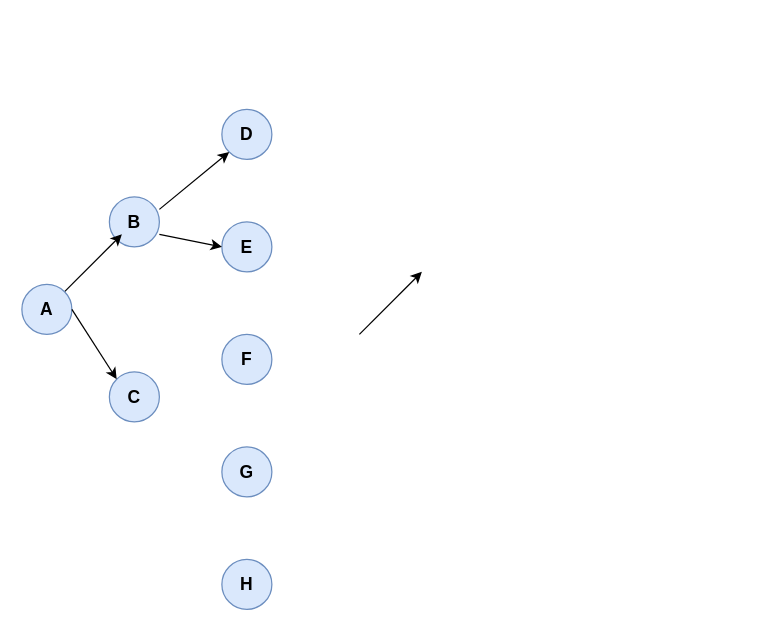
This is Diagrama sin título.drawio from Nicolaszabala/Nicolaszabala, a draw.io file, before an edit. Source tidied: cells renumbered, new cells numbered last; positions are measured from the earlier drawing's top-left corner, leaving out a move shared by most shapes. Both pictures are drawn from the tidied source at 125%, with x=0, y=0 at pixel (21, 109).
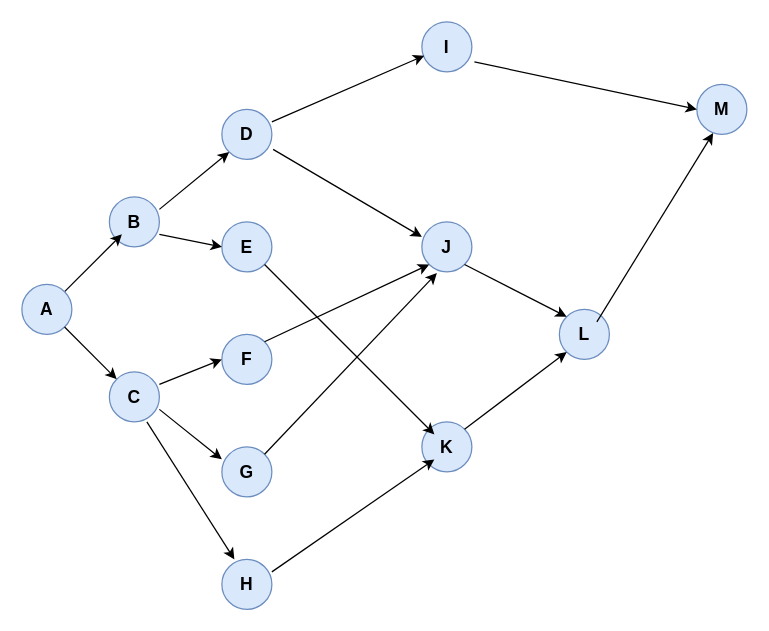
Above is the later version.

Unchanged cells that the change refers to:
```xml
<mxCell id="4" value="&lt;font style=&quot;font-size: 14px;&quot;&gt;A&lt;/font&gt;" style="ellipse;whiteSpace=wrap;html=1;fontStyle=1;fillColor=#dae8fc;strokeColor=#6c8ebf;" parent="1" vertex="1">
  <mxGeometry y="140" width="40" height="40" as="geometry" />
</mxCell>
<mxCell id="5" value="&lt;font style=&quot;font-size: 14px;&quot;&gt;C&lt;/font&gt;" style="ellipse;whiteSpace=wrap;html=1;fontStyle=1;fillColor=#dae8fc;strokeColor=#6c8ebf;" parent="1" vertex="1">
  <mxGeometry x="70" y="210" width="40" height="40" as="geometry" />
</mxCell>
<mxCell id="6" value="&lt;font style=&quot;font-size: 14px;&quot;&gt;D&lt;/font&gt;" style="ellipse;whiteSpace=wrap;html=1;fontStyle=1;fillColor=#dae8fc;strokeColor=#6c8ebf;" parent="1" vertex="1">
  <mxGeometry x="160" width="40" height="40" as="geometry" />
</mxCell>
<mxCell id="8" value="&lt;font style=&quot;font-size: 14px;&quot;&gt;E&lt;/font&gt;" style="ellipse;whiteSpace=wrap;html=1;fontStyle=1;fillColor=#dae8fc;strokeColor=#6c8ebf;" parent="1" vertex="1">
  <mxGeometry x="160" y="90" width="40" height="40" as="geometry" />
</mxCell>
<mxCell id="11" value="&lt;font style=&quot;font-size: 14px;&quot;&gt;F&lt;/font&gt;" style="ellipse;whiteSpace=wrap;html=1;fontStyle=1;fillColor=#dae8fc;strokeColor=#6c8ebf;" parent="1" vertex="1">
  <mxGeometry x="160" y="180" width="40" height="40" as="geometry" />
</mxCell>
<mxCell id="12" value="&lt;font style=&quot;font-size: 14px;&quot;&gt;G&lt;/font&gt;" style="ellipse;whiteSpace=wrap;html=1;fontStyle=1;fillColor=#dae8fc;strokeColor=#6c8ebf;" parent="1" vertex="1">
  <mxGeometry x="160" y="270" width="40" height="40" as="geometry" />
</mxCell>
```

Diff of the diagram source:
```diff
@@
-    <mxCell id="7" style="endArrow=classic;html=1;rounded=0;fontSize=14;entryX=0;entryY=0;entryDx=0;entryDy=0;" parent="1" edge="1" target="5">
-      <mxGeometry relative="1" as="geometry">
-        <mxPoint x="40" y="160" as="sourcePoint" />
-      </mxGeometry>
+    <mxCell id="7" style="endArrow=classic;html=1;rounded=0;fontSize=14;entryX=0;entryY=0;entryDx=0;entryDy=0;exitX=1;exitY=1;exitDx=0;exitDy=0;" parent="1" edge="1" source="4" target="5">
+      <mxGeometry relative="1" as="geometry" />
     </mxCell>
@@
     <mxCell id="14" style="endArrow=classic;html=1;rounded=0;fontSize=14;" parent="1" edge="1">
       <mxGeometry relative="1" as="geometry">
-        <mxPoint x="270" y="180" as="sourcePoint" />
-        <mxPoint x="320" y="130" as="targetPoint" />
+        <mxPoint x="110" y="220" as="sourcePoint" />
+        <mxPoint x="160" y="200" as="targetPoint" />
       </mxGeometry>
     </mxCell>
+    <mxCell id="15" style="endArrow=classic;html=1;rounded=0;fontSize=14;" parent="1" edge="1">
+      <mxGeometry relative="1" as="geometry">
+        <mxPoint x="110" y="240" as="sourcePoint" />
+        <mxPoint x="160" y="280" as="targetPoint" />
+      </mxGeometry>
+    </mxCell>
+    <mxCell id="16" style="endArrow=classic;html=1;rounded=0;fontSize=14;" parent="1" edge="1">
+      <mxGeometry relative="1" as="geometry">
+        <mxPoint x="100" y="250" as="sourcePoint" />
+        <mxPoint x="170" y="360" as="targetPoint" />
+      </mxGeometry>
+    </mxCell>
+    <mxCell id="17" value="&lt;font style=&quot;font-size: 14px;&quot;&gt;I&lt;/font&gt;" style="ellipse;whiteSpace=wrap;html=1;fontStyle=1;fillColor=#dae8fc;strokeColor=#6c8ebf;" parent="1" vertex="1">
+      <mxGeometry x="320" y="-70" width="40" height="40" as="geometry" />
+    </mxCell>
+    <mxCell id="18" value="&lt;font style=&quot;font-size: 14px;&quot;&gt;J&lt;/font&gt;" style="ellipse;whiteSpace=wrap;html=1;fontStyle=1;fillColor=#dae8fc;strokeColor=#6c8ebf;" parent="1" vertex="1">
+      <mxGeometry x="320" y="90" width="40" height="40" as="geometry" />
+    </mxCell>
+    <mxCell id="19" style="endArrow=classic;html=1;rounded=0;fontSize=14;entryX=0.05;entryY=0.675;entryDx=0;entryDy=0;entryPerimeter=0;" parent="1" edge="1" target="17">
+      <mxGeometry relative="1" as="geometry">
+        <mxPoint x="200" y="10" as="sourcePoint" />
+      </mxGeometry>
+    </mxCell>
+    <mxCell id="20" style="endArrow=classic;html=1;rounded=0;fontSize=14;exitX=1;exitY=0;exitDx=0;exitDy=0;entryX=0;entryY=1;entryDx=0;entryDy=0;" parent="1" edge="1" source="11" target="18">
+      <mxGeometry relative="1" as="geometry" />
+    </mxCell>
+    <mxCell id="21" style="endArrow=classic;html=1;rounded=0;fontSize=14;entryX=0;entryY=0.3;entryDx=0;entryDy=0;entryPerimeter=0;exitX=1.025;exitY=0.8;exitDx=0;exitDy=0;exitPerimeter=0;" parent="1" edge="1" source="6" target="18">
+      <mxGeometry relative="1" as="geometry" />
+    </mxCell>
+    <mxCell id="22" style="endArrow=classic;html=1;rounded=0;fontSize=14;entryX=0.3;entryY=1.025;entryDx=0;entryDy=0;entryPerimeter=0;exitX=1;exitY=0;exitDx=0;exitDy=0;" parent="1" edge="1" source="12" target="18">
+      <mxGeometry relative="1" as="geometry" />
+    </mxCell>
+    <mxCell id="23" value="&lt;font style=&quot;font-size: 14px;&quot;&gt;K&lt;/font&gt;" style="ellipse;whiteSpace=wrap;html=1;fontStyle=1;fillColor=#dae8fc;strokeColor=#6c8ebf;" parent="1" vertex="1">
+      <mxGeometry x="320" y="250" width="40" height="40" as="geometry" />
+    </mxCell>
+    <mxCell id="24" style="endArrow=classic;html=1;rounded=0;fontSize=14;exitX=1;exitY=1;exitDx=0;exitDy=0;" parent="1" edge="1" source="8">
+      <mxGeometry relative="1" as="geometry">
+        <mxPoint x="330" y="260" as="targetPoint" />
+      </mxGeometry>
+    </mxCell>
+    <mxCell id="25" style="endArrow=classic;html=1;rounded=0;fontSize=14;" parent="1" edge="1">
+      <mxGeometry relative="1" as="geometry">
+        <mxPoint x="200" y="370" as="sourcePoint" />
+        <mxPoint x="330" y="280" as="targetPoint" />
+      </mxGeometry>
+    </mxCell>
+    <mxCell id="26" value="&lt;font style=&quot;font-size: 14px;&quot;&gt;L&lt;/font&gt;" style="ellipse;whiteSpace=wrap;html=1;fontStyle=1;fillColor=#dae8fc;strokeColor=#6c8ebf;" parent="1" vertex="1">
+      <mxGeometry x="430" y="160" width="40" height="40" as="geometry" />
+    </mxCell>
+    <mxCell id="27" style="endArrow=classic;html=1;rounded=0;fontSize=14;entryX=0;entryY=1;entryDx=0;entryDy=0;exitX=1;exitY=0;exitDx=0;exitDy=0;" parent="1" edge="1" source="23" target="26">
+      <mxGeometry relative="1" as="geometry" />
+    </mxCell>
+    <mxCell id="28" style="endArrow=classic;html=1;rounded=0;fontSize=14;exitX=1;exitY=1;exitDx=0;exitDy=0;entryX=0;entryY=0;entryDx=0;entryDy=0;" parent="1" edge="1" source="18" target="26">
+      <mxGeometry relative="1" as="geometry" />
+    </mxCell>
+    <mxCell id="29" value="&lt;font style=&quot;font-size: 14px;&quot;&gt;M&lt;/font&gt;" style="ellipse;whiteSpace=wrap;html=1;fontStyle=1;fillColor=#dae8fc;strokeColor=#6c8ebf;" parent="1" vertex="1">
+      <mxGeometry x="540" y="-20" width="40" height="40" as="geometry" />
+    </mxCell>
+    <mxCell id="30" style="endArrow=classic;html=1;rounded=0;fontSize=14;entryX=0;entryY=0.5;entryDx=0;entryDy=0;exitX=1.05;exitY=0.8;exitDx=0;exitDy=0;exitPerimeter=0;" parent="1" edge="1" source="17" target="29">
+      <mxGeometry relative="1" as="geometry" />
+    </mxCell>
+    <mxCell id="31" style="endArrow=classic;html=1;rounded=0;fontSize=14;entryX=0.325;entryY=0.975;entryDx=0;entryDy=0;entryPerimeter=0;" parent="1" edge="1" target="29">
+      <mxGeometry relative="1" as="geometry">
+        <mxPoint x="460" y="170" as="sourcePoint" />
+      </mxGeometry>
+    </mxCell>
```
